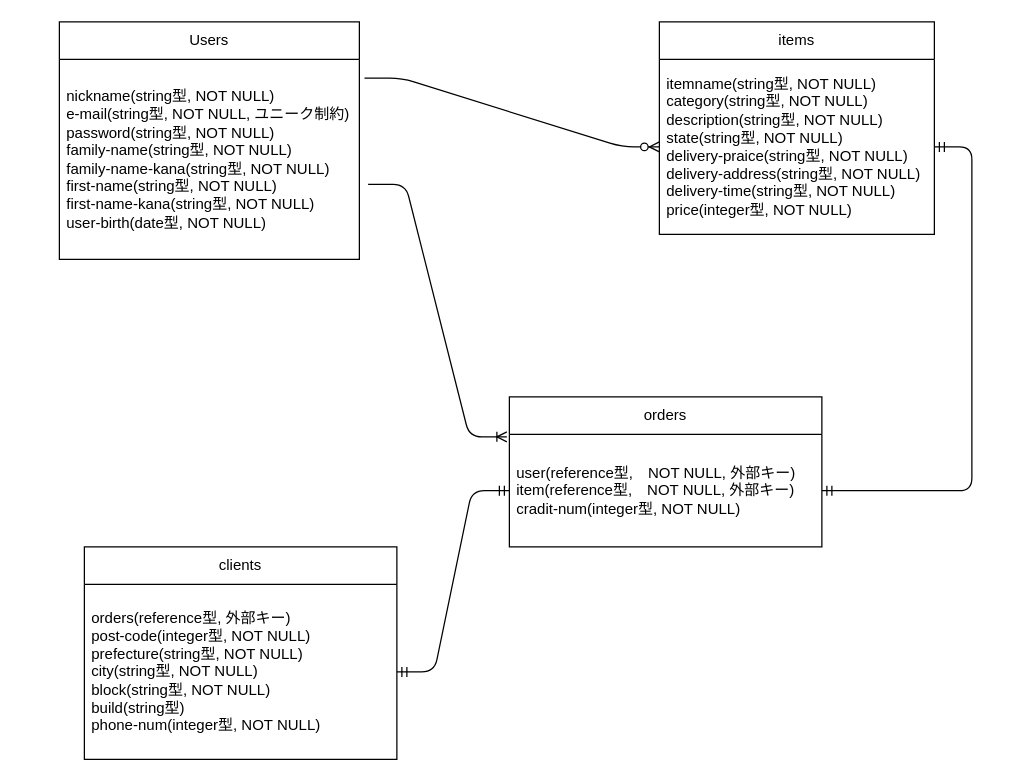
ikuma-e/furima-39637 keeps this draw.io diagram as furima.dio. Above is the earlier version. Source tidied: cells renumbered, new cells numbered last; positions are measured from the earlier drawing's top-left corner, leaving out a move shared by most shapes. Both pictures are drawn from the tidied source at 125%, with x=0, y=0 at pixel (59, 21).
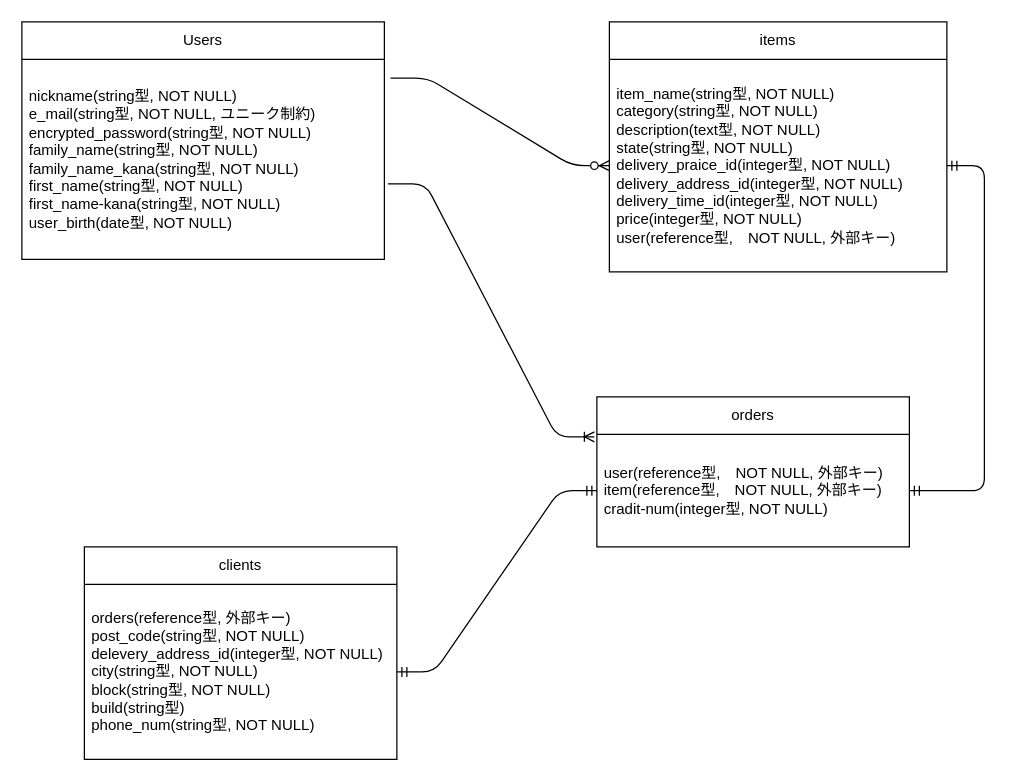
The same diagram, later.

Diff of the diagram source:
```diff
@@
 <mxGraphModel>
   <root>
     <mxCell id="0" />
     <mxCell id="1" parent="0" />
     <mxCell id="2" value="Users" style="swimlane;fontStyle=0;horizontal=1;startSize=30;whiteSpace=wrap;html=1;" parent="1" vertex="1">
-      <mxGeometry width="240" height="190" as="geometry" />
+      <mxGeometry x="-30" width="290" height="190" as="geometry" />
     </mxCell>
-    <mxCell id="3" value="nickname(string型, NOT NULL)&lt;br&gt;e-mail(string型, NOT NULL, ユニーク制約)&amp;nbsp;&lt;br&gt;password(string型, NOT NULL)&lt;br&gt;family-name(string型, NOT NULL)&lt;br&gt;family-name-kana(string型, NOT NULL)&lt;br&gt;first-name(string型, NOT NULL)&lt;br&gt;first-name-kana(string型, NOT NULL)&lt;br&gt;user-birth(date型, NOT NULL)" style="text;strokeColor=none;fillColor=none;align=left;verticalAlign=middle;spacingLeft=4;spacingRight=4;overflow=hidden;points=[[0,0.5],[1,0.5]];portConstraint=eastwest;whiteSpace=wrap;html=1;" parent="2" vertex="1">
-      <mxGeometry y="30" width="240" height="160" as="geometry" />
+    <mxCell id="3" value="nickname(string型, NOT NULL)&lt;br&gt;e_mail(string型, NOT NULL, ユニーク制約)&amp;nbsp;&lt;br&gt;encrypted_password(string型, NOT NULL)&lt;br&gt;family_name(string型, NOT NULL)&lt;br&gt;family_name_kana(string型, NOT NULL)&lt;br&gt;first_name(string型, NOT NULL)&lt;br&gt;first_name-kana(string型, NOT NULL)&lt;br&gt;user_birth(date型, NOT NULL)" style="text;strokeColor=none;fillColor=none;align=left;verticalAlign=middle;spacingLeft=4;spacingRight=4;overflow=hidden;points=[[0,0.5],[1,0.5]];portConstraint=eastwest;whiteSpace=wrap;html=1;" parent="2" vertex="1">
+      <mxGeometry y="30" width="290" height="160" as="geometry" />
     </mxCell>
     <mxCell id="4" value="orders" style="swimlane;fontStyle=0;horizontal=1;startSize=30;whiteSpace=wrap;html=1;" parent="1" vertex="1">
-      <mxGeometry x="360" y="300" width="250" height="120" as="geometry" />
+      <mxGeometry x="430" y="300" width="250" height="120" as="geometry" />
     </mxCell>
     <mxCell id="5" value="user(reference型,　NOT NULL, 外部キー)&lt;br&gt;item(reference型,　NOT NULL, 外部キー)&lt;br&gt;cradit-num(integer型, NOT NULL)" style="text;strokeColor=none;fillColor=none;align=left;verticalAlign=middle;spacingLeft=4;spacingRight=4;overflow=hidden;points=[[0,0.5],[1,0.5]];portConstraint=eastwest;whiteSpace=wrap;html=1;" parent="4" vertex="1">
       <mxGeometry y="30" width="250" height="90" as="geometry" />
     </mxCell>
     <mxCell id="6" value="clients" style="swimlane;fontStyle=0;horizontal=1;startSize=30;whiteSpace=wrap;html=1;" parent="1" vertex="1">
       <mxGeometry x="20" y="420" width="250" height="170" as="geometry" />
     </mxCell>
-    <mxCell id="7" value="orders(reference型, 外部キー)&lt;br&gt;post-code(integer型, NOT NULL)&lt;br&gt;prefecture(string型, NOT NULL)&lt;br&gt;city(string型, NOT NULL)&lt;br&gt;block(string型, NOT NULL)&lt;br&gt;build(string型)&lt;br&gt;phone-num(integer型, NOT NULL)" style="text;strokeColor=none;fillColor=none;align=left;verticalAlign=middle;spacingLeft=4;spacingRight=4;overflow=hidden;points=[[0,0.5],[1,0.5]];portConstraint=eastwest;whiteSpace=wrap;html=1;" parent="6" vertex="1">
+    <mxCell id="7" value="orders(reference型, 外部キー)&lt;br&gt;post_code(string型, NOT NULL)&lt;br&gt;delevery_address_id(integer型, NOT NULL)&lt;br&gt;city(string型, NOT NULL)&lt;br&gt;block(string型, NOT NULL)&lt;br&gt;build(string型)&lt;br&gt;phone_num(string型, NOT NULL)" style="text;strokeColor=none;fillColor=none;align=left;verticalAlign=middle;spacingLeft=4;spacingRight=4;overflow=hidden;points=[[0,0.5],[1,0.5]];portConstraint=eastwest;whiteSpace=wrap;html=1;" parent="6" vertex="1">
       <mxGeometry y="30" width="250" height="140" as="geometry" />
     </mxCell>
     <mxCell id="8" value="items" style="swimlane;fontStyle=0;horizontal=1;startSize=30;whiteSpace=wrap;html=1;" parent="1" vertex="1">
-      <mxGeometry x="480" width="220" height="170" as="geometry" />
+      <mxGeometry x="440" width="270" height="200" as="geometry" />
     </mxCell>
-    <mxCell id="9" value="itemname(string型, NOT NULL)&lt;br&gt;category(string型, NOT NULL)&lt;br&gt;description(string型, NOT NULL)&lt;br&gt;state(string型, NOT NULL)&lt;br&gt;delivery-praice(string型, NOT NULL)&lt;br&gt;delivery-address(string型, NOT NULL)&lt;br&gt;delivery-time(string型, NOT NULL)&lt;br&gt;price(integer型, NOT NULL)" style="text;strokeColor=none;fillColor=none;align=left;verticalAlign=middle;spacingLeft=4;spacingRight=4;overflow=hidden;points=[[0,0.5],[1,0.5]];portConstraint=eastwest;whiteSpace=wrap;html=1;" parent="8" vertex="1">
-      <mxGeometry y="30" width="220" height="140" as="geometry" />
+    <mxCell id="9" value="item_name(string型, NOT NULL)&lt;br&gt;category(string型, NOT NULL)&lt;br&gt;description(text型, NOT NULL)&lt;br&gt;state(string型, NOT NULL)&lt;br&gt;delivery_praice_id(integer型, NOT NULL)&lt;br&gt;delivery_address_id(integer型, NOT NULL)&lt;br&gt;delivery_time_id(integer型, NOT NULL)&lt;br&gt;price(integer型, NOT NULL)&lt;br&gt;user(reference型,　NOT NULL, 外部キー)" style="text;strokeColor=none;fillColor=none;align=left;verticalAlign=middle;spacingLeft=4;spacingRight=4;overflow=hidden;points=[[0,0.5],[1,0.5]];portConstraint=eastwest;whiteSpace=wrap;html=1;" parent="8" vertex="1">
+      <mxGeometry y="30" width="270" height="170" as="geometry" />
     </mxCell>
     <mxCell id="10" style="edgeStyle=entityRelationEdgeStyle;fontSize=12;html=1;endArrow=ERzeroToMany;endFill=1;exitX=1.017;exitY=0.094;exitDx=0;exitDy=0;entryX=0;entryY=0.5;entryDx=0;entryDy=0;exitPerimeter=0;" parent="1" edge="1" source="3" target="9">
       <mxGeometry relative="1" as="geometry" />
     </mxCell>
     <mxCell id="11" style="edgeStyle=entityRelationEdgeStyle;fontSize=12;html=1;endArrow=ERmandOne;startArrow=ERmandOne;exitX=1;exitY=0.5;exitDx=0;exitDy=0;" parent="1" edge="1" source="5" target="9">
       <mxGeometry relative="1" as="geometry" />
     </mxCell>
-    <mxCell id="12" style="edgeStyle=entityRelationEdgeStyle;fontSize=12;html=1;endArrow=ERoneToMany;entryX=-0.008;entryY=0.022;entryDx=0;entryDy=0;entryPerimeter=0;" parent="1" edge="1" target="5">
-      <mxGeometry relative="1" as="geometry">
-        <mxPoint x="247" y="130" as="sourcePoint" />
-      </mxGeometry>
+    <mxCell id="12" style="edgeStyle=entityRelationEdgeStyle;fontSize=12;html=1;endArrow=ERoneToMany;entryX=-0.008;entryY=0.022;entryDx=0;entryDy=0;entryPerimeter=0;exitX=1.01;exitY=0.622;exitDx=0;exitDy=0;exitPerimeter=0;" parent="1" edge="1" source="3" target="5">
+      <mxGeometry relative="1" as="geometry" />
     </mxCell>
     <mxCell id="13" style="edgeStyle=entityRelationEdgeStyle;fontSize=12;html=1;endArrow=ERmandOne;startArrow=ERmandOne;entryX=0;entryY=0.5;entryDx=0;entryDy=0;" parent="1" edge="1" source="7" target="5">
       <mxGeometry relative="1" as="geometry" />
     </mxCell>
   </root>
 </mxGraphModel>
```
